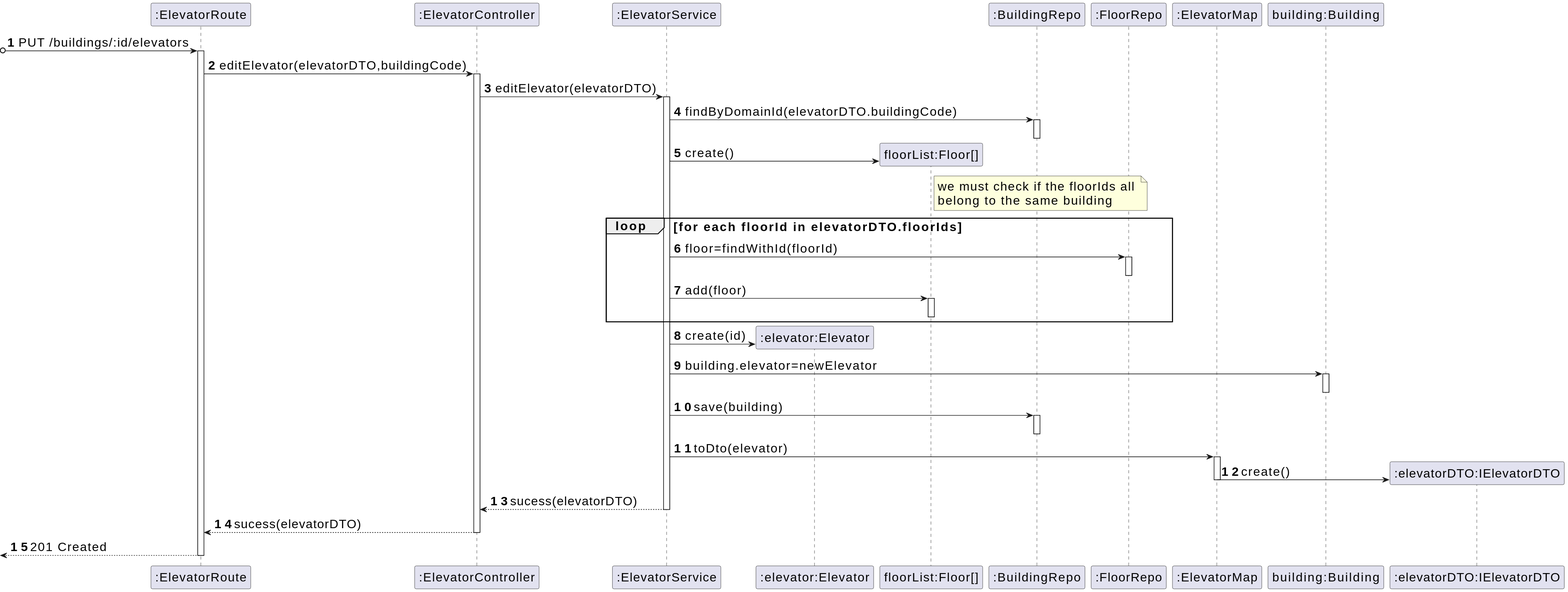
This is _wiki/sprint-a/us14-280/views/level-3/assets/process-view.svg from miseEnPlace-dev/lapr5, a PlantUML export, as it was before one commit. Source of this version:
```plantuml
@startuml
skinparamlocked defaultFontSize 20
autonumber
participant ROUTE as ":ElevatorRoute"
participant CTRL as ":ElevatorController"
participant SRV as ":ElevatorService"
participant ELEV as ":elevator:Elevator"
participant FLIST as "floorList:Floor[]"
participant BREPO as ":BuildingRepo"
participant FREPO as ":FloorRepo"
participant MAP as ":ElevatorMap"
participant BUILD as "building:Building"
participant DTO as ":elevatorDTO:IElevatorDTO"

?o-> ROUTE : PUT /buildings/:id/elevators
activate ROUTE

ROUTE -> CTRL : editElevator(elevatorDTO,buildingCode)
activate CTRL
CTRL -> SRV : editElevator(elevatorDTO)
activate SRV
SRV -> BREPO : findByDomainId(elevatorDTO.buildingCode)
activate BREPO
deactivate BREPO
SRV -> FLIST** : create()
note right of FLIST
  we must check if the floorIds all
  belong to the same building
end note
loop for each floorId in elevatorDTO.floorIds
  SRV -> FREPO : floor=findWithId(floorId)
  activate FREPO
  deactivate FREPO
  SRV -> FLIST : add(floor)
  activate FLIST
  deactivate FLIST
end
SRV -> ELEV** : create(id)
SRV -> BUILD : building.elevator=newElevator
activate BUILD
deactivate BUILD
SRV -> BREPO : save(building)
activate BREPO
deactivate BREPO
SRV -> MAP : toDto(elevator)
activate MAP
MAP -> DTO** : create()
deactivate MAP
SRV --> CTRL : sucess(elevatorDTO)
deactivate SRV
CTRL --> ROUTE : sucess(elevatorDTO)
deactivate CTRL
<-- ROUTE : 201 Created
deactivate ROUTE
@enduml
```
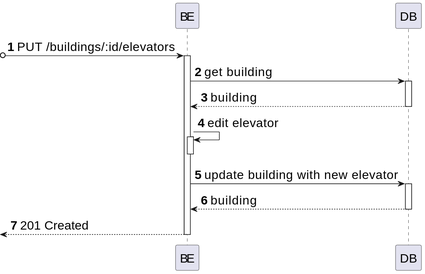
The same diagram one commit later.

Diff of the diagram source:
```diff
@@ -1,55 +1,25 @@
 @startuml
 skinparamlocked defaultFontSize 20
 autonumber
-participant ROUTE as ":ElevatorRoute"
-participant CTRL as ":ElevatorController"
-participant SRV as ":ElevatorService"
-participant ELEV as ":elevator:Elevator"
-participant FLIST as "floorList:Floor[]"
-participant BREPO as ":BuildingRepo"
-participant FREPO as ":FloorRepo"
-participant MAP as ":ElevatorMap"
-participant BUILD as "building:Building"
-participant DTO as ":elevatorDTO:IElevatorDTO"
+participant BE as "BE"
+participant DB as "DB"
 
-?o-> ROUTE : PUT /buildings/:id/elevators
-activate ROUTE
+?o-> BE : PUT /buildings/:id/elevators
+activate BE
 
-ROUTE -> CTRL : editElevator(elevatorDTO,buildingCode)
-activate CTRL
-CTRL -> SRV : editElevator(elevatorDTO)
-activate SRV
-SRV -> BREPO : findByDomainId(elevatorDTO.buildingCode)
-activate BREPO
-deactivate BREPO
-SRV -> FLIST** : create()
-note right of FLIST
-  we must check if the floorIds all
-  belong to the same building
-end note
-loop for each floorId in elevatorDTO.floorIds
-  SRV -> FREPO : floor=findWithId(floorId)
-  activate FREPO
-  deactivate FREPO
-  SRV -> FLIST : add(floor)
-  activate FLIST
-  deactivate FLIST
-end
-SRV -> ELEV** : create(id)
-SRV -> BUILD : building.elevator=newElevator
-activate BUILD
-deactivate BUILD
-SRV -> BREPO : save(building)
-activate BREPO
-deactivate BREPO
-SRV -> MAP : toDto(elevator)
-activate MAP
-MAP -> DTO** : create()
-deactivate MAP
-SRV --> CTRL : sucess(elevatorDTO)
-deactivate SRV
-CTRL --> ROUTE : sucess(elevatorDTO)
-deactivate CTRL
-<-- ROUTE : 201 Created
-deactivate ROUTE
+BE -> DB : get building
+activate DB
+DB --> BE : building
+deactivate DB
+
+BE -> BE : edit elevator
+activate BE
+deactivate BE
+BE -> DB : update building with new elevator
+activate DB
+DB --> BE : building
+deactivate DB
+
+<-- BE : 201 Created
+deactivate BE
 @enduml
```
